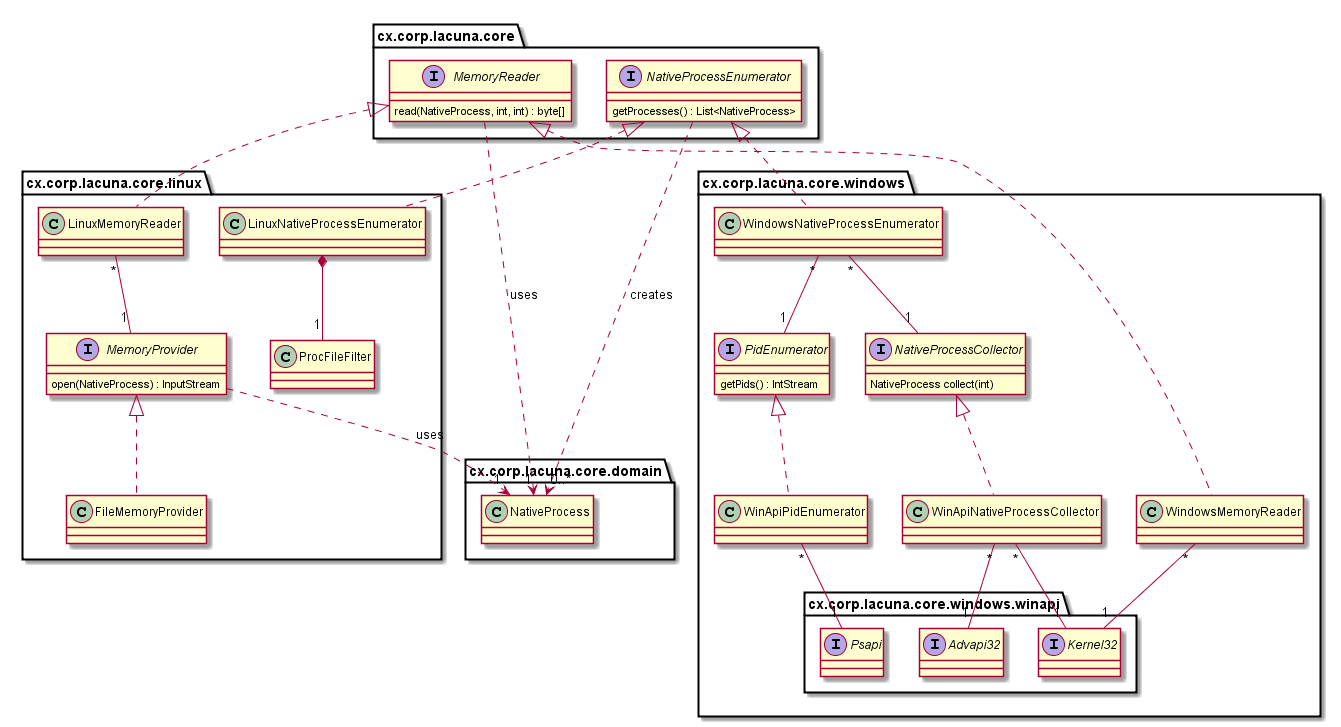
This is dokumentaatio/luokkakaavio.png from cxcorp/lacuna, a PlantUML export, as it was before one commit. Its source is kept beside it as dokumentaatio/luokkakaavio.puml.
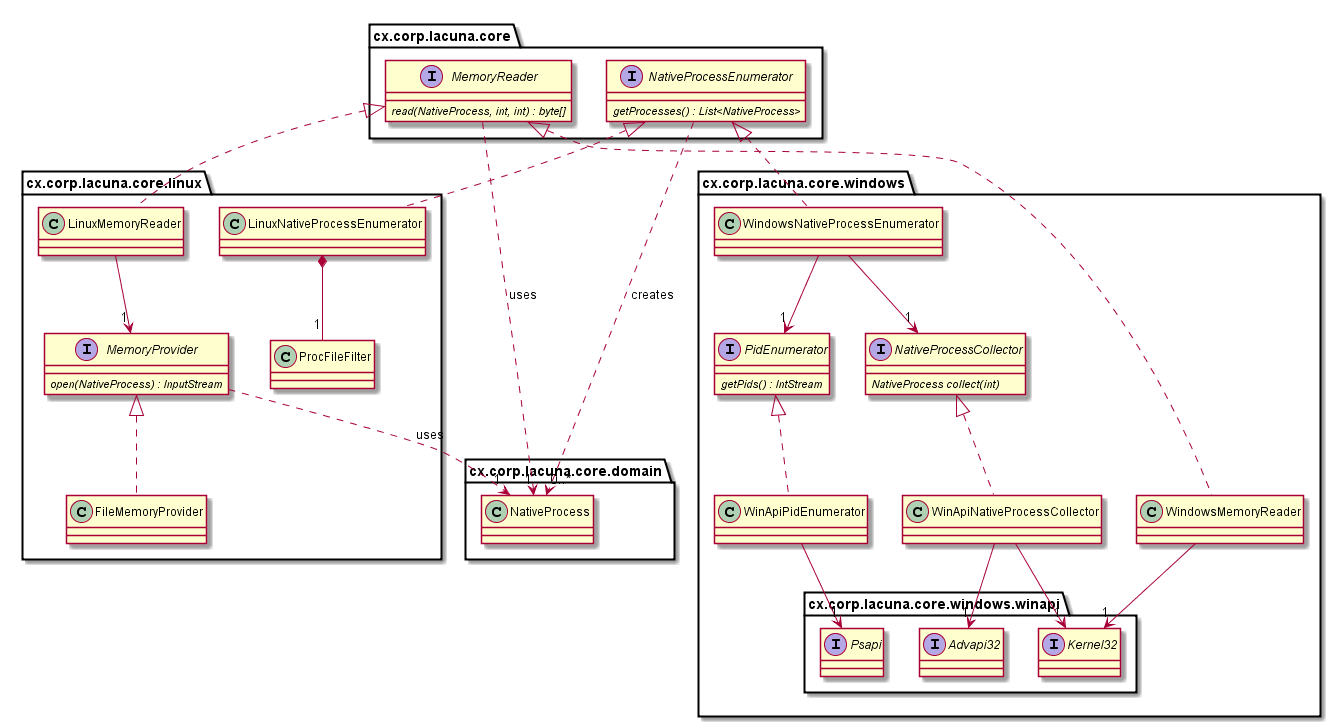
Later version of the same file.

Commit message:
Clarify relations in class diagram

The edit, as a diff of the source:
```diff
@@ -6,10 +6,10 @@
 
 package cx.corp.lacuna.core {
     interface MemoryReader {
-        read(NativeProcess, int, int) : byte[]
+        {abstract} read(NativeProcess, int, int) : byte[]
     }
     interface NativeProcessEnumerator {
-        getProcesses() : List<NativeProcess>
+        {abstract} getProcesses() : List<NativeProcess>
     }
 
     MemoryReader ..>  "1" NativeProcess : uses
@@ -25,10 +25,10 @@
     }
 
     interface NativeProcessCollector {
-        NativeProcess collect(int)
+        {abstract} NativeProcess collect(int)
     }
     interface PidEnumerator {
-        getPids() : IntStream
+        {abstract} getPids() : IntStream
     }
 
     class WindowsNativeProcessEnumerator
@@ -37,23 +37,23 @@
     class WindowsMemoryReader
 
     NativeProcessEnumerator <|.. WindowsNativeProcessEnumerator
-    WindowsNativeProcessEnumerator "*" -- "1" PidEnumerator
-    WindowsNativeProcessEnumerator "*" -- "1" NativeProcessCollector
+    WindowsNativeProcessEnumerator --> "1" PidEnumerator
+    WindowsNativeProcessEnumerator --> "1" NativeProcessCollector
 
     NativeProcessCollector <|.. WinApiNativeProcessCollector
-    WinApiNativeProcessCollector "*" -- "1" Kernel32
-    WinApiNativeProcessCollector "*" -- "1" Advapi32
+    WinApiNativeProcessCollector --> "1" Kernel32
+    WinApiNativeProcessCollector --> "1" Advapi32
 
     PidEnumerator <|.. WinApiPidEnumerator
-    WinApiPidEnumerator "*" -- "1" Psapi
+    WinApiPidEnumerator --> "1" Psapi
 
     MemoryReader <|.. WindowsMemoryReader
-    WindowsMemoryReader "*" -- "1" Kernel32
+    WindowsMemoryReader --> "1" Kernel32
 }
 
 package cx.corp.lacuna.core.linux {
     interface MemoryProvider {
-        open(NativeProcess) : InputStream
+        {abstract} open(NativeProcess) : InputStream
     }
     class LinuxNativeProcessEnumerator
     class LinuxMemoryReader
@@ -67,7 +67,7 @@
     MemoryProvider <|.. FileMemoryProvider
 
     MemoryReader <|.. LinuxMemoryReader
-    LinuxMemoryReader "*" -- "1" MemoryProvider
+    LinuxMemoryReader --> "1" MemoryProvider
 }
 
 @enduml
```
